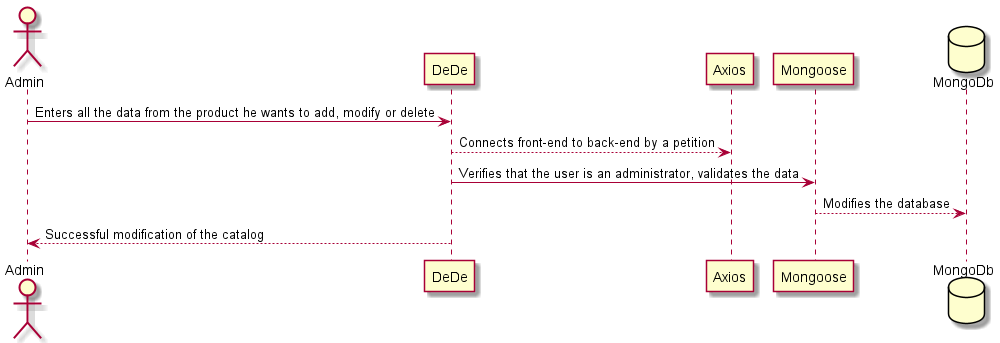
Earlier version of the PlantUML export images/AdminModify.png (Arquisoft/Arquisoft-dede_es_04a).
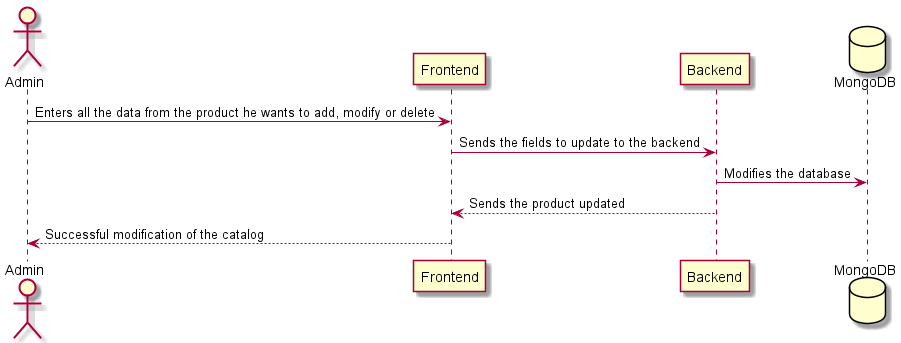
After the change.

What changed in the source:
```diff
@@ -1,13 +1,11 @@
 @startuml
 actor Admin
-participant DeDe
-participant Axios
-participant Mongoose
-database MongoDb
-Admin -> DeDe: Enters all the data from the product he wants to add, modify or delete
-DeDe --> Axios: Connects front-end to back-end by a petition
-DeDe -> Mongoose: Verifies that the user is an administrator, validates the data
-Mongoose --> MongoDb: Modifies the database
-DeDe --> Admin: Successful modification of the catalog
-
+participant Frontend
+participant Backend
+database MongoDB
+Admin -> Frontend: Enters all the data from the product he wants to add, modify or delete
+Frontend -> Backend: Sends the fields to update to the backend
+Backend -> MongoDB: Modifies the database
+Backend --> Frontend: Sends the product updated
+Frontend --> Admin: Successful modification of the catalog
 @enduml
```
